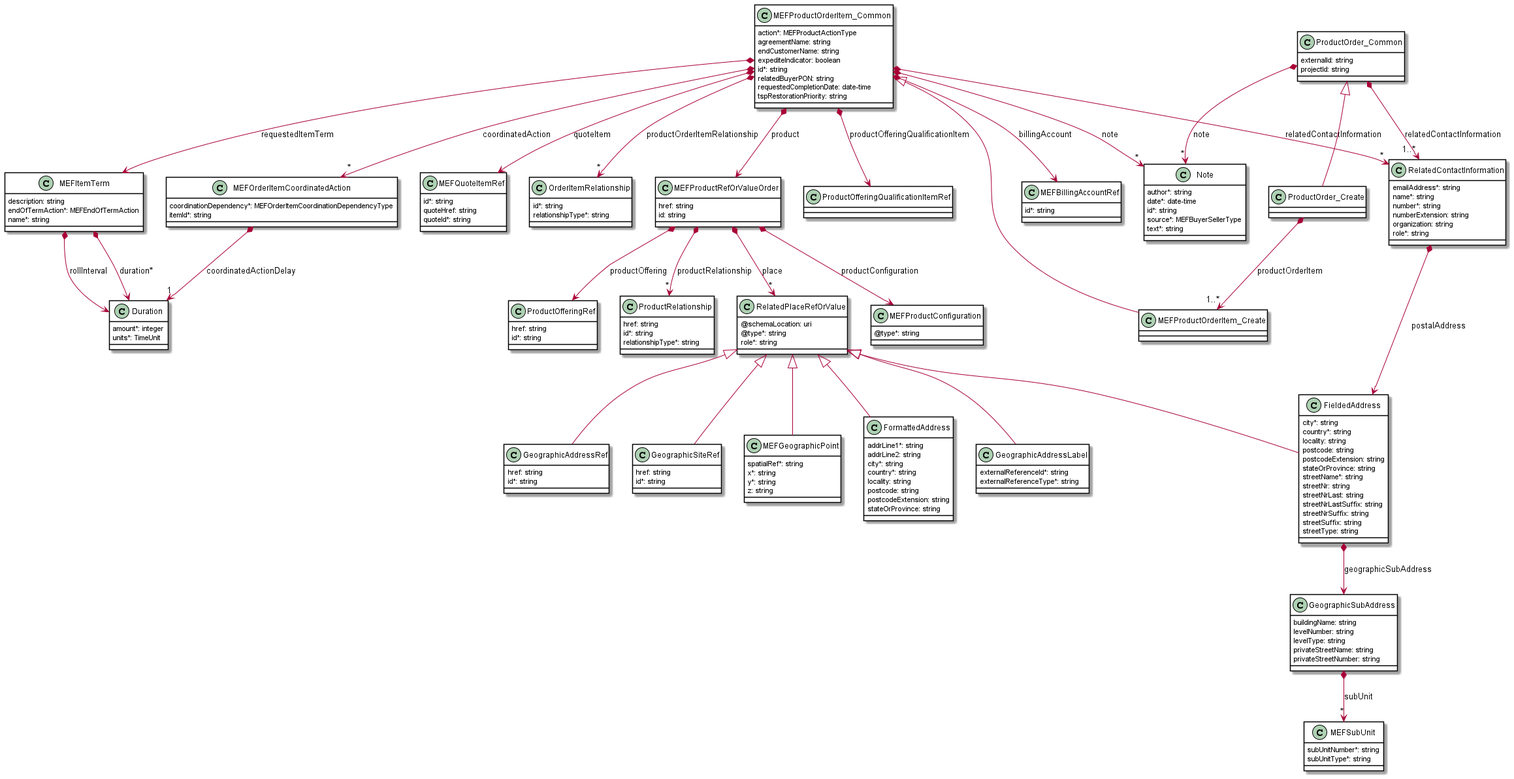
The PlantUML diagram documentation/productApi/order/media/productOrderCreateModel.png in MEF-GIT/MEF-LSO-Sonata-SDK, before a commit.
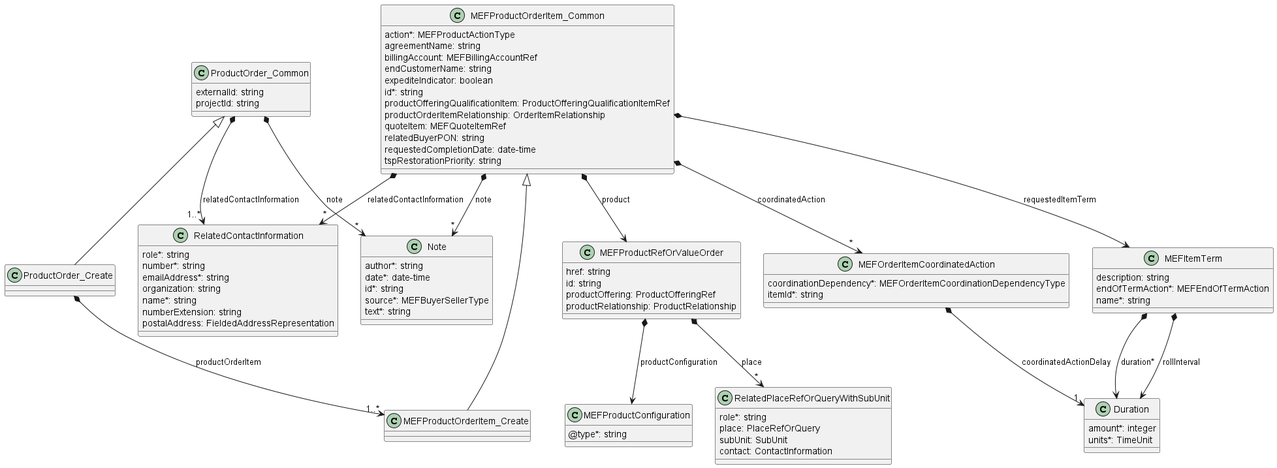
After the commit.

Change to the diagram source:
```diff
@@ -1,97 +1,10 @@
 @startuml
-skinparam {
-    ClassBackgroundColor White
-    ClassBorderColor Black
-}
 
 
 class Duration {
 
     amount*: integer
     units*: TimeUnit
-}
-
-
-
-
-class FieldedAddress {
-
-    city*: string
-    country*: string
-    locality: string
-    postcode: string
-    postcodeExtension: string
-    stateOrProvince: string
-    streetName*: string
-    streetNr: string
-    streetNrLast: string
-    streetNrLastSuffix: string
-    streetNrSuffix: string
-    streetSuffix: string
-    streetType: string
-}
-RelatedPlaceRefOrValue <|-- FieldedAddress
-
-FieldedAddress *--> GeographicSubAddress : geographicSubAddress
-
-
-class FormattedAddress {
-
-    addrLine1*: string
-    addrLine2: string
-    city*: string
-    country*: string
-    locality: string
-    postcode: string
-    postcodeExtension: string
-    stateOrProvince: string
-}
-RelatedPlaceRefOrValue <|-- FormattedAddress
-
-
-
-class GeographicAddressLabel {
-
-    externalReferenceId*: string
-    externalReferenceType*: string
-}
-RelatedPlaceRefOrValue <|-- GeographicAddressLabel
-
-
-
-class GeographicAddressRef {
-
-    href: string
-    id*: string
-}
-RelatedPlaceRefOrValue <|-- GeographicAddressRef
-
-
-
-class GeographicSiteRef {
-
-    href: string
-    id*: string
-}
-RelatedPlaceRefOrValue <|-- GeographicSiteRef
-
-
-
-class GeographicSubAddress {
-
-    buildingName: string
-    levelNumber: string
-    levelType: string
-    privateStreetName: string
-    privateStreetNumber: string
-}
-
-GeographicSubAddress *-->"*" MEFSubUnit : subUnit
-
-
-class MEFBillingAccountRef {
-
-    id*: string
 }
 
 
@@ -121,15 +34,6 @@
 }
 
 
-class MEFQuoteItemRef {
-
-    id*: string
-    quoteHref: string
-    quoteId*: string
-}
-
-
-
 class Note {
 
     author*: string
@@ -138,31 +42,6 @@
     source*: MEFBuyerSellerType
     text*: string
 }
-
-
-class OrderItemRelationship {
-
-    id*: string
-    relationshipType*: string
-}
-
-class ProductOfferingRef {
-
-    href: string
-    id*: string
-}
-
-
-class MEFGeographicPoint {
-
-    spatialRef*: string
-    x*: string
-    y*: string
-    z: string
-}
-RelatedPlaceRefOrValue <|-- MEFGeographicPoint
-
-
 
 class MEFProductOrderItem_Create {
 
@@ -174,43 +53,35 @@
 
     action*: MEFProductActionType
     agreementName: string
+    billingAccount: MEFBillingAccountRef
     endCustomerName: string
     expediteIndicator: boolean
     id*: string
+    productOfferingQualificationItem: ProductOfferingQualificationItemRef
+    productOrderItemRelationship: OrderItemRelationship
+    quoteItem: MEFQuoteItemRef
     relatedBuyerPON: string
     requestedCompletionDate: date-time
     tspRestorationPriority: string
 }
 
-MEFProductOrderItem_Common *--> MEFBillingAccountRef : billingAccount
 MEFProductOrderItem_Common *-->"*" MEFOrderItemCoordinatedAction : coordinatedAction
 MEFProductOrderItem_Common *-->"*" Note : note
-MEFProductOrderItem_Common *--> MEFProductRefOrValueOrder : product
-MEFProductOrderItem_Common *--> ProductOfferingQualificationItemRef : productOfferingQualificationItem
-MEFProductOrderItem_Common *-->"*" OrderItemRelationship : productOrderItemRelationship
-MEFProductOrderItem_Common *--> MEFQuoteItemRef : quoteItem
+
 MEFProductOrderItem_Common *-->"*" RelatedContactInformation : relatedContactInformation
 MEFProductOrderItem_Common *--> MEFItemTerm : requestedItemTerm
-
+MEFProductOrderItem_Common *--> MEFProductRefOrValueOrder : product
 
 class MEFProductRefOrValueOrder {
 
     href: string
     id: string
+    productOffering: ProductOfferingRef
+    productRelationship: ProductRelationship
 }
 
-MEFProductRefOrValueOrder *-->"*" RelatedPlaceRefOrValue : place
+MEFProductRefOrValueOrder *-->"*" RelatedPlaceRefOrQueryWithSubUnit : place
 MEFProductRefOrValueOrder *--> MEFProductConfiguration : productConfiguration
-MEFProductRefOrValueOrder *--> ProductOfferingRef : productOffering
-MEFProductRefOrValueOrder *-->"*" ProductRelationship : productRelationship
-
-
-class MEFSubUnit {
-
-    subUnitNumber*: string
-    subUnitType*: string
-}
-
 
 
 class ProductOrder_Common {
@@ -222,24 +93,15 @@
 ProductOrder_Common *-->"*" Note : note
 ProductOrder_Common *-->"1..*" RelatedContactInformation : relatedContactInformation
 
+ProductOrder_Common *-r[hidden]-> MEFProductOrderItem_Common
 
-class ProductRelationship {
+class RelatedPlaceRefOrQueryWithSubUnit {
 
-    href: string
-    id*: string
-    relationshipType*: string
+    role*: string
+    place: PlaceRefOrQuery
+    subUnit: SubUnit
+    contact: ContactInformation
 }
-
-
-
-class RelatedPlaceRefOrValue {
-
-    @schemaLocation: uri
-    @type*: string
-    role*: string
-}
-
-
 
 
 
@@ -251,17 +113,17 @@
 ProductOrder_Create *-->"1..*" MEFProductOrderItem_Create : productOrderItem
 
 
+
 class RelatedContactInformation {
 
+    role*: string
+    number*: string
     emailAddress*: string
+    organization: string
     name*: string
-    number*: string
     numberExtension: string
-    organization: string
-    role*: string
+    postalAddress: FieldedAddressRepresentation
 }
 
 
-RelatedContactInformation *--> FieldedAddress : postalAddress
-
 @enduml
```
